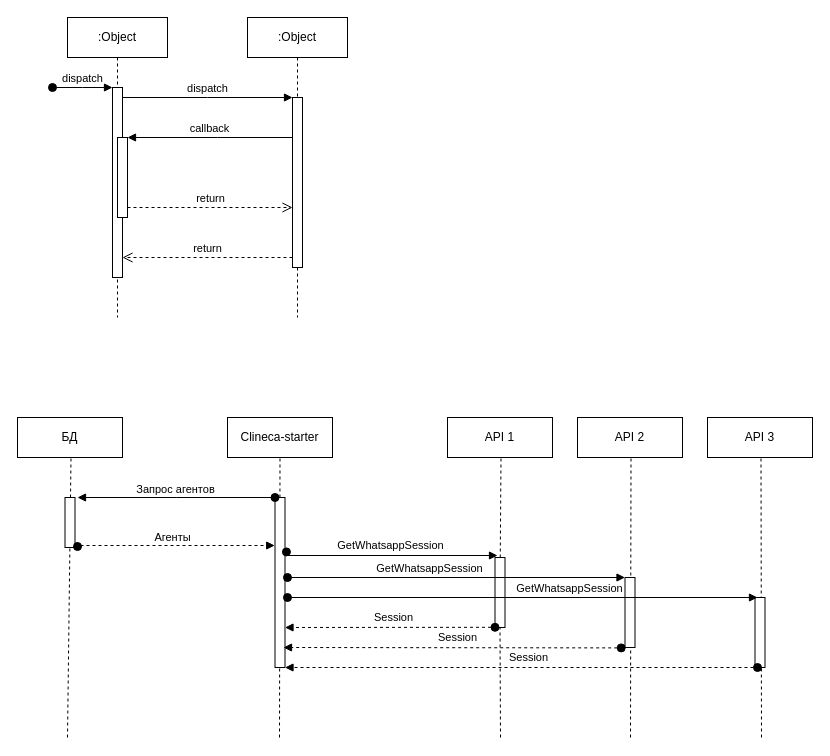
Earlier version of the draw.io diagram Диаграмма без названия.drawio (Saveliy113/diagrams). Source tidied: cells renumbered, new cells numbered last; positions are measured from the earlier drawing's top-left corner, leaving out a move shared by most shapes. Both pictures are drawn from the tidied source at 100%, with x=0, y=0 at pixel (17, 17).
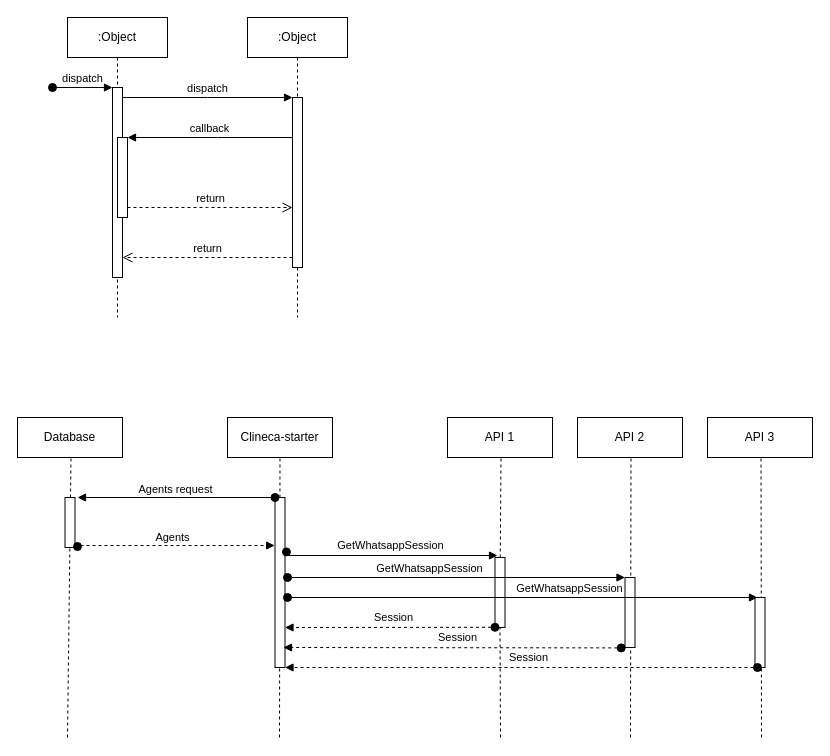
After the change.

The change refers to these unchanged cells:
```xml
<mxCell id="17" style="rounded=0;whiteSpace=wrap;html=1;" parent="1" vertex="1">
  <mxGeometry x="257.5" y="480" width="10" height="170" as="geometry" />
</mxCell>
```

The edit, as a diff of the source:
```diff
@@
-    <mxCell id="12" value="БД" style="rounded=0;whiteSpace=wrap;html=1;" parent="1" vertex="1">
+    <mxCell id="12" value="Database" style="rounded=0;whiteSpace=wrap;html=1;" parent="1" vertex="1">
       <mxGeometry y="400" width="105" height="40" as="geometry" />
     </mxCell>
@@
-    <mxCell id="21" value="Агенты" style="html=1;verticalAlign=bottom;startArrow=oval;endArrow=block;startSize=8;edgeStyle=elbowEdgeStyle;elbow=vertical;curved=0;rounded=0;dashed=1;entryX=-0.029;entryY=0.282;entryDx=0;entryDy=0;entryPerimeter=0;" parent="1" edge="1" target="17">
+    <mxCell id="21" value="Agents" style="html=1;verticalAlign=bottom;startArrow=oval;endArrow=block;startSize=8;edgeStyle=elbowEdgeStyle;elbow=vertical;curved=0;rounded=0;dashed=1;entryX=-0.029;entryY=0.282;entryDx=0;entryDy=0;entryPerimeter=0;" parent="1" edge="1" target="17">
       <mxGeometry x="-0.03" y="-1" relative="1" as="geometry">
         <mxPoint x="60" y="529" as="sourcePoint" />
       </mxGeometry>
     </mxCell>
@@
-    <mxCell id="27" value="Запрос агентов" style="html=1;verticalAlign=bottom;startArrow=oval;endArrow=block;startSize=8;edgeStyle=elbowEdgeStyle;elbow=vertical;curved=0;rounded=0;exitX=0;exitY=0;exitDx=0;exitDy=0;" parent="1" edge="1" source="17">
+    <mxCell id="27" value="Agents request" style="html=1;verticalAlign=bottom;startArrow=oval;endArrow=block;startSize=8;edgeStyle=elbowEdgeStyle;elbow=vertical;curved=0;rounded=0;exitX=0;exitY=0;exitDx=0;exitDy=0;" parent="1" edge="1" source="17">
       <mxGeometry x="0.01" y="1" relative="1" as="geometry">
         <mxPoint x="60" y="480" as="targetPoint" />
       </mxGeometry>
     </mxCell>
```
